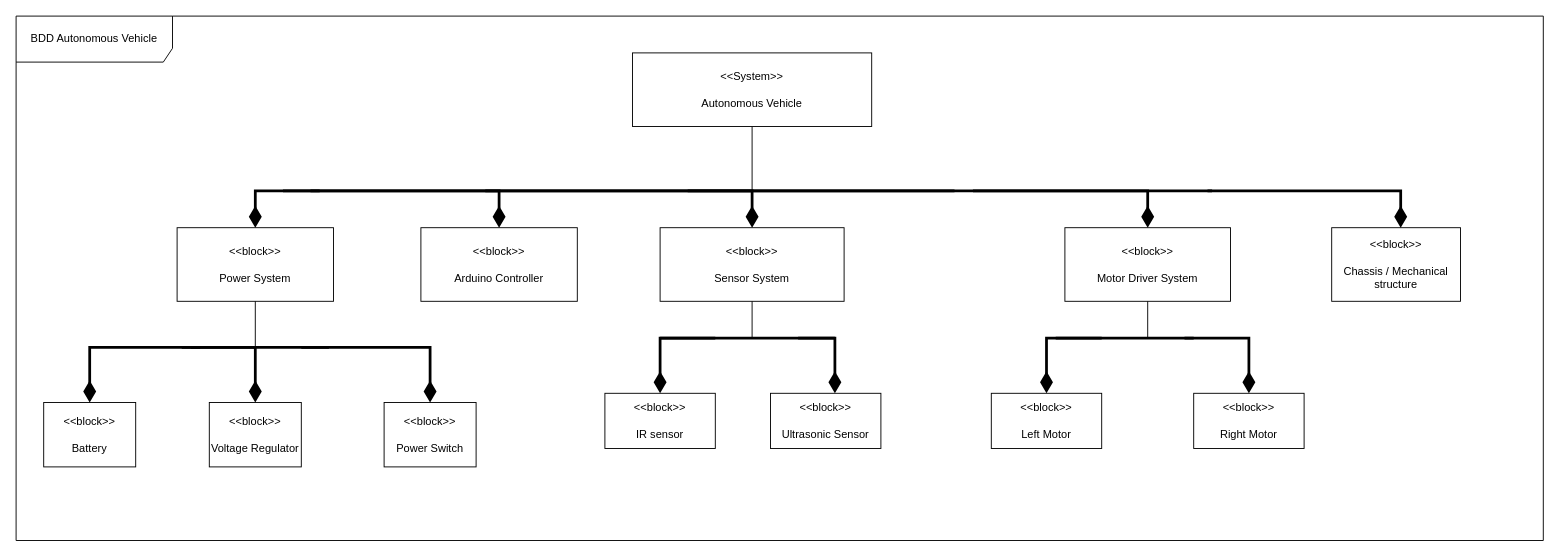
Above: SYSML Diagrams/Draw.io Source Files/Autonomous Vehicle BDD diagram.drawio in ali-imara/Autonomous-Vehicle (draw.io), before the change. Source tidied: cells renumbered, new cells numbered last; positions are measured from the earlier drawing's top-left corner, leaving out a move shared by most shapes. Both pictures are drawn from the tidied source at 92%, with x=0, y=0 at pixel (16, 16).
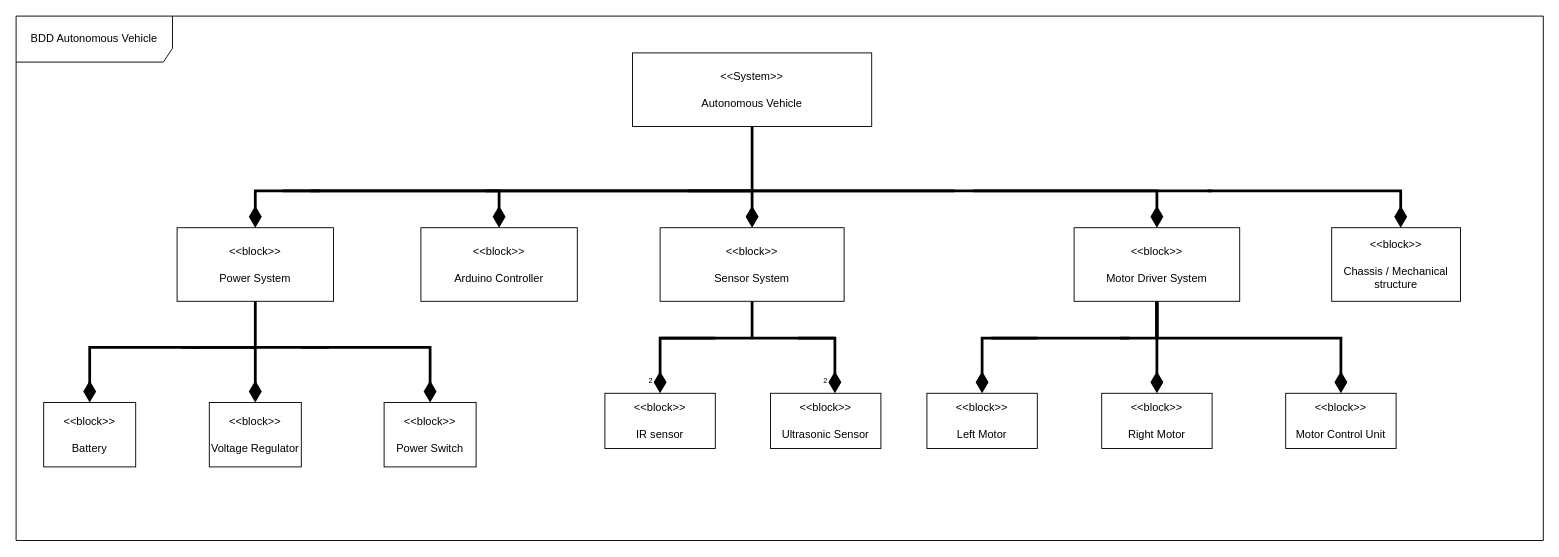
The same diagram, later.

The change refers to these unchanged cells:
```xml
<mxCell id="3" value="&amp;lt;&amp;lt;System&amp;gt;&amp;gt;&lt;div&gt;&lt;br&gt;&lt;/div&gt;&lt;div&gt;Autonomous Vehicle&lt;/div&gt;" style="rounded=0;whiteSpace=wrap;html=1;" parent="1" vertex="1">
  <mxGeometry x="670" y="40" width="260" height="80" as="geometry" />
</mxCell>
<mxCell id="4" value="&amp;lt;&amp;lt;block&amp;gt;&amp;gt;&lt;div&gt;&lt;br&gt;&lt;/div&gt;&lt;div&gt;Power System&lt;/div&gt;" style="rounded=0;whiteSpace=wrap;html=1;" parent="1" vertex="1">
  <mxGeometry x="175" y="230" width="170" height="80" as="geometry" />
</mxCell>
<mxCell id="6" value="&amp;lt;&amp;lt;block&amp;gt;&amp;gt;&lt;div&gt;&lt;br&gt;&lt;/div&gt;&lt;div&gt;Sensor System&lt;/div&gt;" style="rounded=0;whiteSpace=wrap;html=1;" parent="1" vertex="1">
  <mxGeometry x="700" y="230" width="200" height="80" as="geometry" />
</mxCell>
```

Diff of the diagram source:
```diff
@@
-    <mxCell id="2" style="endArrow=none;startArrow=none;endFill=0;startFill=0;html=1;verticalAlign=bottom;labelBackgroundColor=none;strokeWidth=1;startSize=8;endSize=8;rounded=0;exitX=0.5;exitY=1;exitDx=0;exitDy=0;" parent="1" edge="1" source="3">
+    <mxCell id="2" style="endArrow=none;startArrow=none;endFill=0;startFill=0;html=1;verticalAlign=bottom;labelBackgroundColor=none;strokeWidth=3;startSize=8;endSize=8;rounded=0;exitX=0.5;exitY=1;exitDx=0;exitDy=0;" parent="1" edge="1" source="3">
       <mxGeometry relative="1" as="geometry">
         <mxPoint x="800" y="190" as="targetPoint" />
       </mxGeometry>
     </mxCell>
@@
     <mxCell id="7" value="&amp;lt;&amp;lt;block&amp;gt;&amp;gt;&lt;div&gt;&lt;br&gt;&lt;/div&gt;&lt;div&gt;Motor Driver System&lt;/div&gt;" style="rounded=0;whiteSpace=wrap;html=1;" parent="1" vertex="1">
-      <mxGeometry x="1140" y="230" width="180" height="80" as="geometry" />
+      <mxGeometry x="1150" y="230" width="180" height="80" as="geometry" />
     </mxCell>
@@
     <mxCell id="13" style="endArrow=none;startArrow=diamondThin;endFill=0;startFill=1;endSize=8;html=1;verticalAlign=bottom;labelBackgroundColor=none;strokeWidth=3;rounded=0;entryX=0.5;entryY=0;entryDx=0;entryDy=0;exitX=0.5;exitY=0;exitDx=0;exitDy=0;startSize=15;" parent="1" edge="1" source="7">
       <mxGeometry relative="1" as="geometry">
         <mxPoint x="730" y="190" as="targetPoint" />
         <Array as="points">
-          <mxPoint x="1230" y="190" />
+          <mxPoint x="1240" y="190" />
         </Array>
       </mxGeometry>
     </mxCell>
@@
-    <mxCell id="15" style="endArrow=none;startArrow=none;endFill=0;startFill=0;html=1;verticalAlign=bottom;labelBackgroundColor=none;strokeWidth=1;startSize=8;endSize=8;rounded=0;exitX=0.5;exitY=1;exitDx=0;exitDy=0;entryX=0.5;entryY=1;entryDx=0;entryDy=0;" parent="1" edge="1" target="4">
+    <mxCell id="15" style="endArrow=none;startArrow=none;endFill=0;startFill=0;html=1;verticalAlign=bottom;labelBackgroundColor=none;strokeWidth=3;startSize=8;endSize=8;rounded=0;exitX=0.5;exitY=1;exitDx=0;exitDy=0;entryX=0.5;entryY=1;entryDx=0;entryDy=0;" parent="1" edge="1" target="4">
       <mxGeometry relative="1" as="geometry">
         <mxPoint x="260" y="360" as="sourcePoint" />
       </mxGeometry>
     </mxCell>
@@
-    <mxCell id="24" style="endArrow=none;startArrow=none;endFill=0;startFill=0;html=1;verticalAlign=bottom;labelBackgroundColor=none;strokeWidth=1;startSize=8;endSize=8;rounded=0;exitX=0.5;exitY=1;exitDx=0;exitDy=0;entryX=0.5;entryY=1;entryDx=0;entryDy=0;" parent="1" edge="1" target="6">
+    <mxCell id="24" style="endArrow=none;startArrow=none;endFill=0;startFill=0;html=1;verticalAlign=bottom;labelBackgroundColor=none;strokeWidth=3;startSize=8;endSize=8;rounded=0;exitX=0.5;exitY=1;exitDx=0;exitDy=0;entryX=0.5;entryY=1;entryDx=0;entryDy=0;" parent="1" edge="1" target="6">
       <mxGeometry relative="1" as="geometry">
         <mxPoint x="800" y="350" as="sourcePoint" />
       </mxGeometry>
     </mxCell>
@@
-    <mxCell id="28" style="endArrow=none;startArrow=none;endFill=0;startFill=0;html=1;verticalAlign=bottom;labelBackgroundColor=none;strokeWidth=1;startSize=8;endSize=8;rounded=0;entryX=0.5;entryY=1;entryDx=0;entryDy=0;" parent="1" edge="1" target="7">
+    <mxCell id="28" style="endArrow=none;startArrow=none;endFill=0;startFill=0;html=1;verticalAlign=bottom;labelBackgroundColor=none;strokeWidth=4;startSize=8;endSize=8;rounded=0;entryX=0.5;entryY=1;entryDx=0;entryDy=0;" parent="1" edge="1" target="7">
       <mxGeometry relative="1" as="geometry">
-        <mxPoint x="1230" y="350" as="sourcePoint" />
+        <mxPoint x="1240" y="350" as="sourcePoint" />
       </mxGeometry>
     </mxCell>
     <mxCell id="29" style="endArrow=none;startArrow=none;endFill=0;startFill=0;endSize=8;html=1;verticalAlign=bottom;labelBackgroundColor=none;strokeWidth=3;rounded=0;" parent="1" edge="1">
       <mxGeometry relative="1" as="geometry">
-        <mxPoint x="1130" y="350" as="sourcePoint" />
-        <mxPoint x="1280" y="350" as="targetPoint" />
+        <mxPoint x="1060" y="350" as="sourcePoint" />
+        <mxPoint x="1210" y="350" as="targetPoint" />
       </mxGeometry>
     </mxCell>
     <mxCell id="30" style="endArrow=none;startArrow=diamondThin;endFill=0;startFill=1;endSize=8;html=1;verticalAlign=bottom;labelBackgroundColor=none;strokeWidth=3;rounded=0;startSize=15;" parent="1" edge="1" source="34">
       <mxGeometry relative="1" as="geometry">
-        <mxPoint x="1180" y="350" as="targetPoint" />
+        <mxPoint x="1110" y="350" as="targetPoint" />
         <Array as="points">
-          <mxPoint x="1120" y="350" />
+          <mxPoint x="1050" y="350" />
         </Array>
       </mxGeometry>
     </mxCell>
     <mxCell id="31" style="endArrow=none;startArrow=diamondThin;endFill=0;startFill=1;endSize=8;html=1;verticalAlign=bottom;labelBackgroundColor=none;strokeWidth=3;rounded=0;startSize=15;" parent="1" edge="1" source="35">
       <mxGeometry relative="1" as="geometry">
-        <mxPoint x="1270" y="350" as="targetPoint" />
+        <mxPoint x="1200" y="350" as="targetPoint" />
         <Array as="points">
-          <mxPoint x="1340" y="350" />
+          <mxPoint x="1240" y="350" />
         </Array>
       </mxGeometry>
     </mxCell>
@@
     <mxCell id="34" value="&amp;lt;&amp;lt;block&amp;gt;&amp;gt;&lt;div&gt;&lt;br&gt;&lt;/div&gt;&lt;div&gt;Left Motor&lt;/div&gt;" style="rounded=0;whiteSpace=wrap;html=1;" parent="1" vertex="1">
-      <mxGeometry x="1060" y="410" width="120" height="60" as="geometry" />
+      <mxGeometry x="990" y="410" width="120" height="60" as="geometry" />
     </mxCell>
     <mxCell id="35" value="&amp;lt;&amp;lt;block&amp;gt;&amp;gt;&lt;div&gt;&lt;br&gt;&lt;/div&gt;&lt;div&gt;Right Motor&lt;/div&gt;" style="rounded=0;whiteSpace=wrap;html=1;" parent="1" vertex="1">
-      <mxGeometry x="1280" y="410" width="120" height="60" as="geometry" />
+      <mxGeometry x="1180" y="410" width="120" height="60" as="geometry" />
     </mxCell>
@@
+    <mxCell id="37" style="endArrow=none;startArrow=diamondThin;endFill=0;startFill=1;endSize=8;html=1;verticalAlign=bottom;labelBackgroundColor=none;strokeWidth=3;rounded=0;startSize=15;" parent="1" edge="1">
+      <mxGeometry relative="1" as="geometry">
+        <mxPoint x="1440" y="410" as="sourcePoint" />
+        <mxPoint x="1240" y="350" as="targetPoint" />
+        <Array as="points">
+          <mxPoint x="1440" y="350" />
+        </Array>
+      </mxGeometry>
+    </mxCell>
+    <mxCell id="38" value="&amp;lt;&amp;lt;block&amp;gt;&amp;gt;&lt;div&gt;&lt;br&gt;&lt;/div&gt;&lt;div&gt;Motor Control Unit&lt;/div&gt;" style="rounded=0;whiteSpace=wrap;html=1;" parent="1" vertex="1">
+      <mxGeometry x="1380" y="410" width="120" height="60" as="geometry" />
+    </mxCell>
+    <mxCell id="39" value="&lt;font style=&quot;font-size: 8px;&quot;&gt;2&lt;/font&gt;" style="text;html=1;whiteSpace=wrap;strokeColor=none;fillColor=none;align=center;verticalAlign=middle;rounded=0;" parent="1" vertex="1">
+      <mxGeometry x="660" y="380" width="60" height="30" as="geometry" />
+    </mxCell>
+    <mxCell id="40" value="&lt;font style=&quot;font-size: 8px;&quot;&gt;2&lt;/font&gt;" style="text;html=1;whiteSpace=wrap;strokeColor=none;fillColor=none;align=center;verticalAlign=middle;rounded=0;" parent="1" vertex="1">
+      <mxGeometry x="850" y="380" width="60" height="30" as="geometry" />
+    </mxCell>
```
